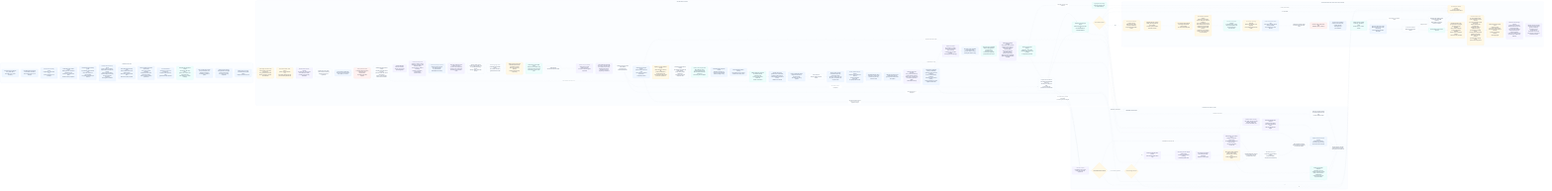
Before: odylith/atlas/source/domain-intelligence-greenfield-governance.png, a diagram exported from Mermaid (odylith/odylith). Its source is kept beside it as odylith/atlas/source/domain-intelligence-greenfield-governance.mmd.
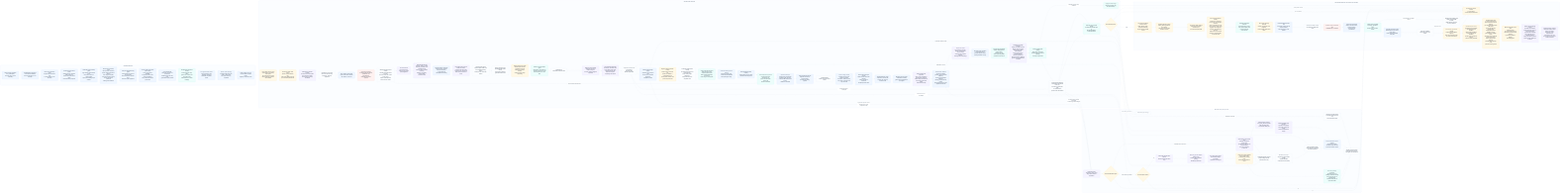
The same diagram one commit later.

The edit, as a diff of the source:
```diff
@@ -103,7 +103,7 @@
       readback["Exact tree readback<br/>after fingerprints must match"]
       rollback["Affected-path rollback guard<br/>SIGINT and SIGTERM included;<br/>failed rollback preserves recovery snapshot"]
       blockers["No-write pre-confirm blocker<br/>or post-confirm environment/invariant failure"]
-      proof_log["Precompiled success result reported"]
+      post_confirm_handoff["Post-confirm governance handoff<br/>Project route plus Radar, Registry,<br/>Atlas, and Compass routes;<br/>no second confirmation"]
       matrix_scorer["Hardened matrix scorer<br/>grounded anchor preflight,<br/>persisted governed readback,<br/>public artifact readback,<br/>Project shell payload readback,<br/>browser proof as premium blocker,<br/>runtime custody excluded"]
       release_matrix["Installed release proof<br/>13-case standard matrix,<br/>optional external case-file variance,<br/>per-case generated browser state proof,<br/>Project tab DOM and payload proof,<br/>independent artifact readback scoring,<br/>generated-term leakage rescan,<br/>persisted matrix JSON with manifest summaries,<br/>failed-create blocker excerpts,<br/>persisted temp-cleanup proof,<br/>plus rescue wiring smoke"]
       natural_rescue_proof["Natural structured rescue proof<br/>explicit provider,<br/>non-probe repaired issue,<br/>safe planned Tribunal patch summary,<br/>typed clear operation allowed,<br/>90s budget gate"]
@@ -116,7 +116,7 @@
     shared_event_resolver -. "same resolved human event" .-> state_boundary_titles
     draft_set --> source_casing_custody --> control_plane_homonyms --> artifact_units --> mermaid_source_units --> visible_actor_projection --> validators --> expert_lenses --> persisted_readback --> governed_readback --> evidence_readback --> typed_findings --> source_addresses --> projection_targets --> final_manifest
     typed_findings -- "untyped or legacy-only evidence" --> legacy_blockers --> blockers
-    final_manifest -- "pass" --> surface_custody --> portable_catalog_links --> transaction_quality --> acceptance_identity --> compiled_memory_previews --> report_envelope --> transaction_seal --> compiler_receipt --> transaction_ready --> commit_verify --> writes --> atomic_cleanup --> readback --> proof_log --> matrix_scorer --> release_matrix --> natural_rescue_proof --> selected_case_leakage --> registry_forensics_custody
+    final_manifest -- "pass" --> surface_custody --> portable_catalog_links --> transaction_quality --> acceptance_identity --> compiled_memory_previews --> report_envelope --> transaction_seal --> compiler_receipt --> transaction_ready --> commit_verify --> writes --> atomic_cleanup --> readback --> post_confirm_handoff --> matrix_scorer --> release_matrix --> natural_rescue_proof --> selected_case_leakage --> registry_forensics_custody
     final_manifest -- "quality debt remains" --> blockers
     final_manifest -- "rendered scope drift" --> projection_rerender --> rerender
     final_manifest -- "repairable typed failure" --> repairable --> projection_targets --> source_addresses --> patchset --> executable_target
@@ -151,7 +151,7 @@
     class visible_intent,confirmable_stdout,source_guard,intent_section_parser,prose_boundary_guard,prompt_recovery,editorial_framing_guard,source_claim_custody,confirmed_ir,non_goal_owner,sparse_systems,public_system_copy intent;
     class apply_input,intent_visible_result,compiler,semantic_ir,evaluation_semantics,actor_role_owner,artifact_actor_filter,actor_path_role,shared_event_resolver,external_boundary,sequence_owner,subject_carry_guard,result_language,visible_result_priority,prose_shape_guard,artifact_plan,release_scope,canonical_facts,projection_contract,semantic_patch_targets,registry_contract_custody,semantic_result_custody,projections,confirmed_diagram_projection,atlas_label_custody,state_boundary_titles,next_steps,project_dashboard,draft_set,source_casing_custody,control_plane_homonyms,artifact_units,mermaid_source_units,visible_actor_projection,validators,expert_lenses,persisted_readback,governed_readback,evidence_readback,typed_findings,source_addresses,projection_targets,legacy_blockers,final_manifest standard;
     class repairable,patchset,executable_target,deterministic_source_patch,rescue_budget,tribunal_planner,provider_adapter,strict_schema,custody_check,repair_manifest,semantic_apply,plan_apply,semantic_mirror_sync,scope_ledger,dashboard_rerender,projection_rerender,package_inspection,rerender rescue;
-    class surface_custody,portable_catalog_links,transaction_quality,acceptance_identity,compiled_memory_previews,report_envelope,transaction_seal,compiler_receipt,transaction_ready,commit_verify,writes,atomic_cleanup,readback,rollback,blockers,proof_log,matrix_scorer,release_matrix,natural_rescue_proof,selected_case_leakage,registry_forensics_custody write;
+    class surface_custody,portable_catalog_links,transaction_quality,acceptance_identity,compiled_memory_previews,report_envelope,transaction_seal,compiler_receipt,transaction_ready,commit_verify,writes,atomic_cleanup,readback,rollback,blockers,post_confirm_handoff,matrix_scorer,release_matrix,natural_rescue_proof,selected_case_leakage,registry_forensics_custody write;
 
     style accepted_lane fill:#FBFDFF,stroke:#BFD7FE,stroke-width:1px,color:#293D52
     style standard_lane fill:#FBFDFF,stroke:#CBD5E1,stroke-width:1px,color:#293D52
```
